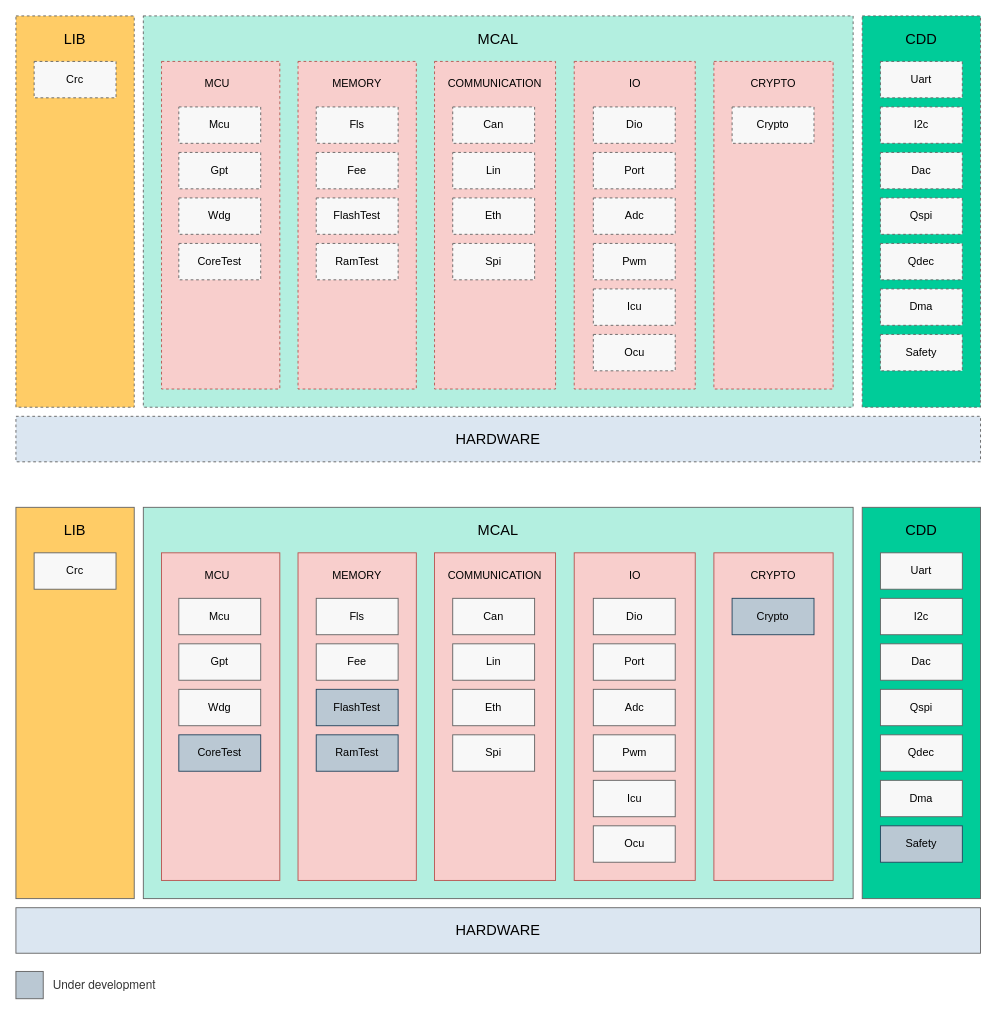
hehenihao/chart keeps this draw.io diagram as page "CX3288_MCAL" (2 of 13) of cx3288_sdk.drawio. Above is the earlier version. Source tidied: cells renumbered, new cells numbered last; positions are measured from the earlier drawing's top-left corner, leaving out a move shared by most shapes. Both pictures are drawn from the tidied source at 91%, with x=0, y=0 at pixel (15, 15).
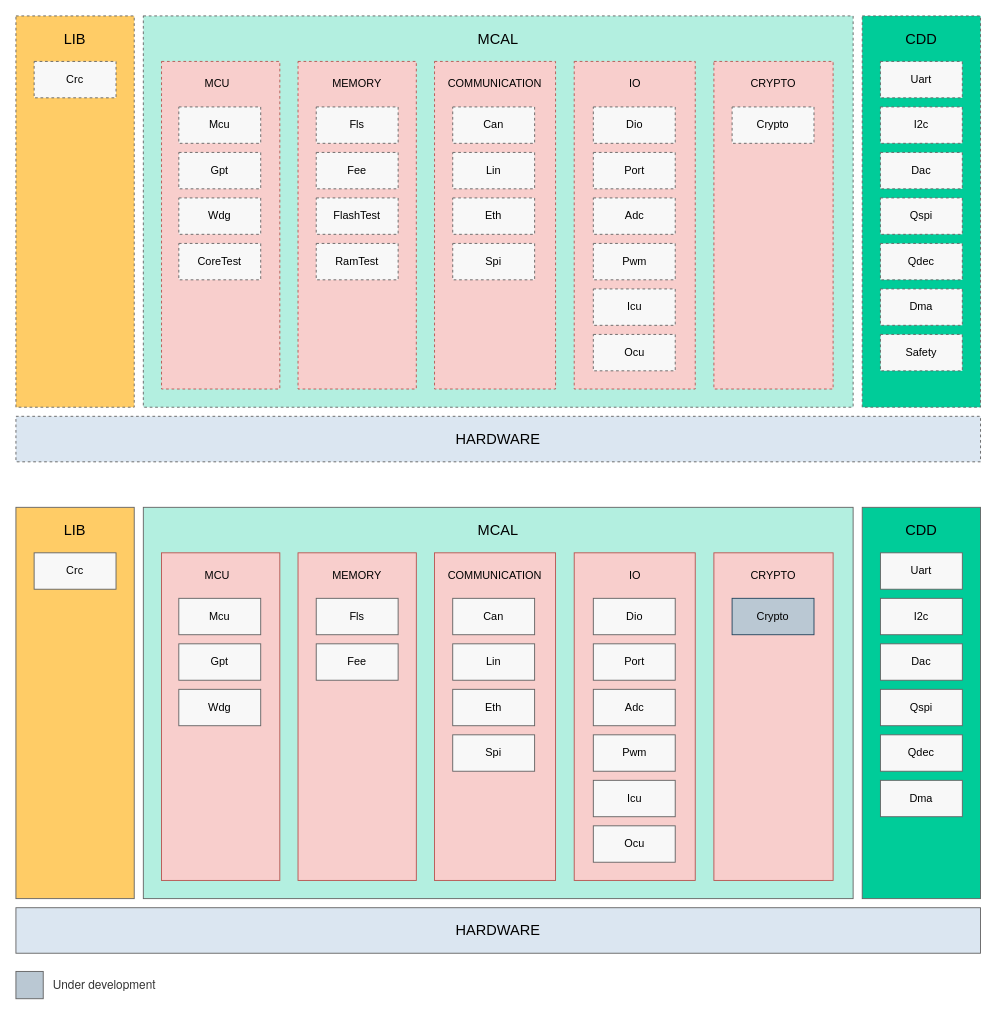
Above is the later version.

What changed in the source:
```diff
@@
-    <mxCell id="84" value="CoreTest" style="rounded=0;whiteSpace=wrap;html=1;fillColor=#bac8d3;strokeColor=#23445d;" parent="1" vertex="1">
-      <mxGeometry x="179" y="790" width="90" height="40" as="geometry" />
-    </mxCell>
-    <mxCell id="85" value="FlashTest" style="rounded=0;whiteSpace=wrap;html=1;fillColor=#bac8d3;strokeColor=#23445d;" parent="1" vertex="1">
-      <mxGeometry x="330" y="740" width="90" height="40" as="geometry" />
-    </mxCell>
-    <mxCell id="86" value="RamTest" style="rounded=0;whiteSpace=wrap;html=1;fillColor=#bac8d3;strokeColor=#23445d;" parent="1" vertex="1">
-      <mxGeometry x="330" y="790" width="90" height="40" as="geometry" />
-    </mxCell>
@@
-    <mxCell id="89" value="Safety" style="rounded=0;whiteSpace=wrap;html=1;fillColor=#bac8d3;strokeColor=#23445d;" parent="1" vertex="1">
-      <mxGeometry x="950" y="890" width="90" height="40" as="geometry" />
-    </mxCell>
```
